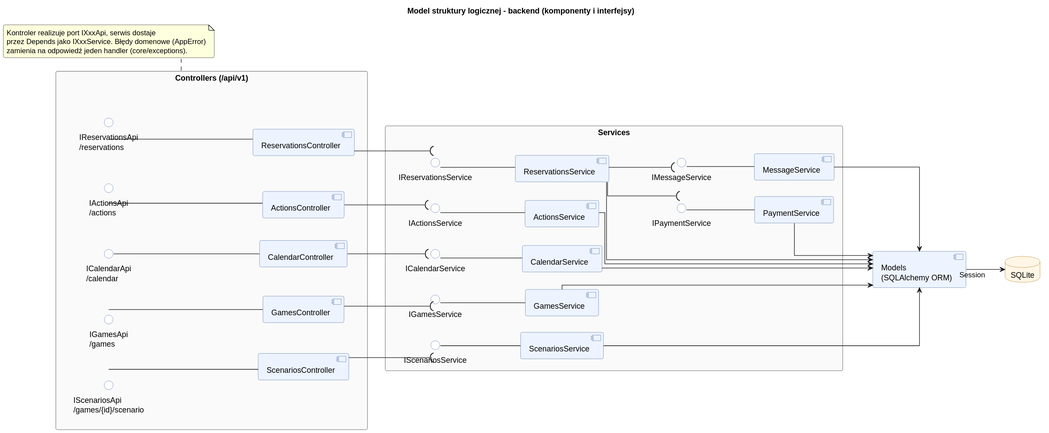
Before: diagrams/rendered/logic_structure_backend.svg, a diagram exported from PlantUML (Igor-Ochocki/POP-2026Z).
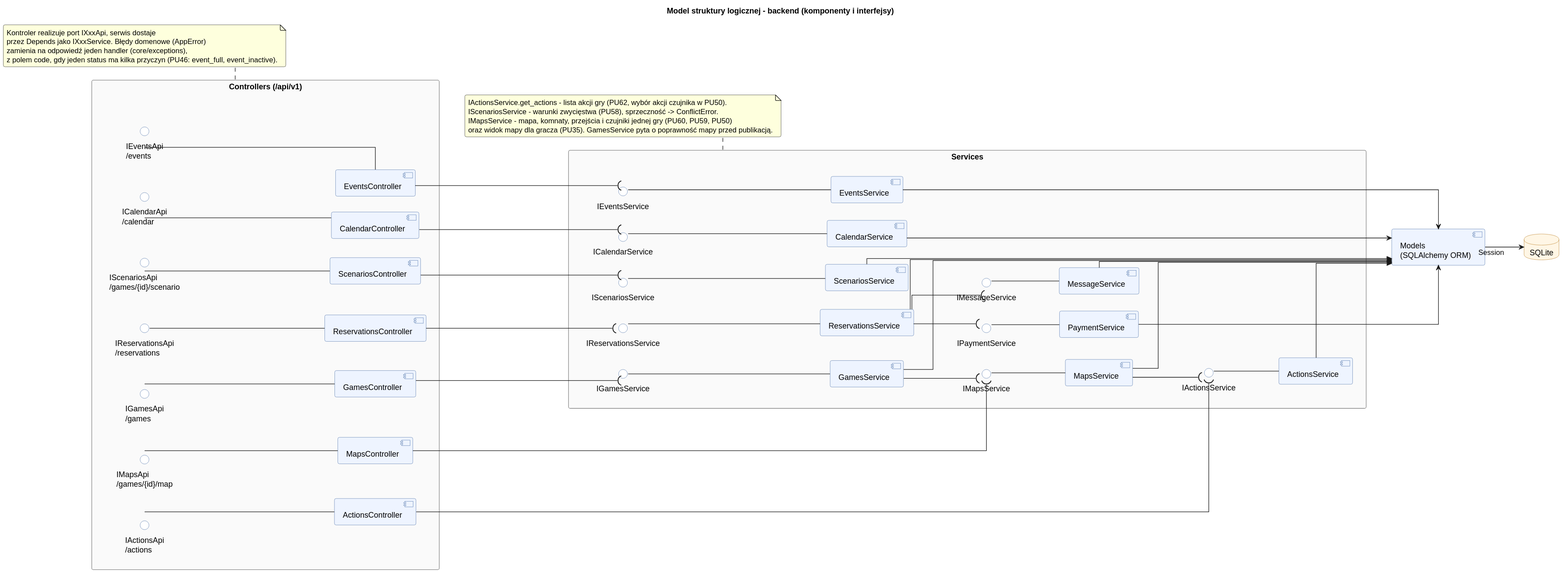
The same diagram one commit later.

Change to the diagram source:
```diff
@@ -32,18 +32,24 @@
     () "IScenariosApi\n/games/{id}/scenario" as R_Scenarios
     () "IActionsApi\n/actions" as R_Actions
     () "IReservationsApi\n/reservations" as R_Reservations
+    () "IMapsApi\n/games/{id}/map" as R_Maps
+    () "IEventsApi\n/events" as R_Events
 
     component [CalendarController] as C_Calendar
     component [GamesController] as C_Games
     component [ScenariosController] as C_Scenarios
     component [ActionsController] as C_Actions
     component [ReservationsController] as C_Reservations
+    component [MapsController] as C_Maps
+    component [EventsController] as C_Events
 
     R_Calendar -- C_Calendar
     R_Games -- C_Games
     R_Scenarios -- C_Scenarios
     R_Actions -- C_Actions
     R_Reservations -- C_Reservations
+    R_Maps -- C_Maps
+    R_Events -- C_Events
 }
 
 package "Services" as S {
@@ -52,12 +58,16 @@
     () "IScenariosService" as IS_Scenarios
     () "IActionsService" as IS_Actions
     () "IReservationsService" as IS_Reservations
+    () "IMapsService" as IS_Maps
+    () "IEventsService" as IS_Events
 
     component [CalendarService] as S_Calendar
     component [GamesService] as S_Games
     component [ScenariosService] as S_Scenarios
     component [ActionsService] as S_Actions
     component [ReservationsService] as S_Reservations
+    component [MapsService] as S_Maps
+    component [EventsService] as S_Events
 
     () "IPaymentService" as IS_Payment
     () "IMessageService" as IS_Message
@@ -71,9 +81,13 @@
     IS_Reservations -- S_Reservations
     IS_Payment -- S_Payment
     IS_Message -- S_Message
+    IS_Maps -- S_Maps
+    IS_Events -- S_Events
 
     S_Reservations --( IS_Payment
     S_Reservations --( IS_Message
+    S_Games --( IS_Maps
+    S_Maps --( IS_Actions
 }
 
 component "Models\n(SQLAlchemy ORM)" as M
@@ -84,6 +98,8 @@
 C_Scenarios --( IS_Scenarios
 C_Actions --( IS_Actions
 C_Reservations --( IS_Reservations
+C_Maps --( IS_Maps
+C_Events --( IS_Events
 
 S_Calendar --> M
 S_Games --> M
@@ -92,11 +108,21 @@
 S_Reservations --> M
 S_Payment --> M
 S_Message --> M
+S_Maps --> M
+S_Events --> M
 M --> DB : Session
 
 note bottom of C
     Kontroler realizuje port IXxxApi, serwis dostaje
     przez Depends jako IXxxService. Błędy domenowe (AppError)
-    zamienia na odpowiedź jeden handler (core/exceptions).
+    zamienia na odpowiedź jeden handler (core/exceptions),
+    z polem code, gdy jeden status ma kilka przyczyn (PU46: event_full, event_inactive).
+end note
+
+note bottom of S
+    IActionsService.get_actions - lista akcji gry (PU62, wybór akcji czujnika w PU50).
+    IScenariosService - warunki zwycięstwa (PU58), sprzeczność -> ConflictError.
+    IMapsService - mapa, komnaty, przejścia i czujniki jednej gry (PU60, PU59, PU50)
+    oraz widok mapy dla gracza (PU35). GamesService pyta o poprawność mapy przed publikacją.
 end note
 @enduml
```
